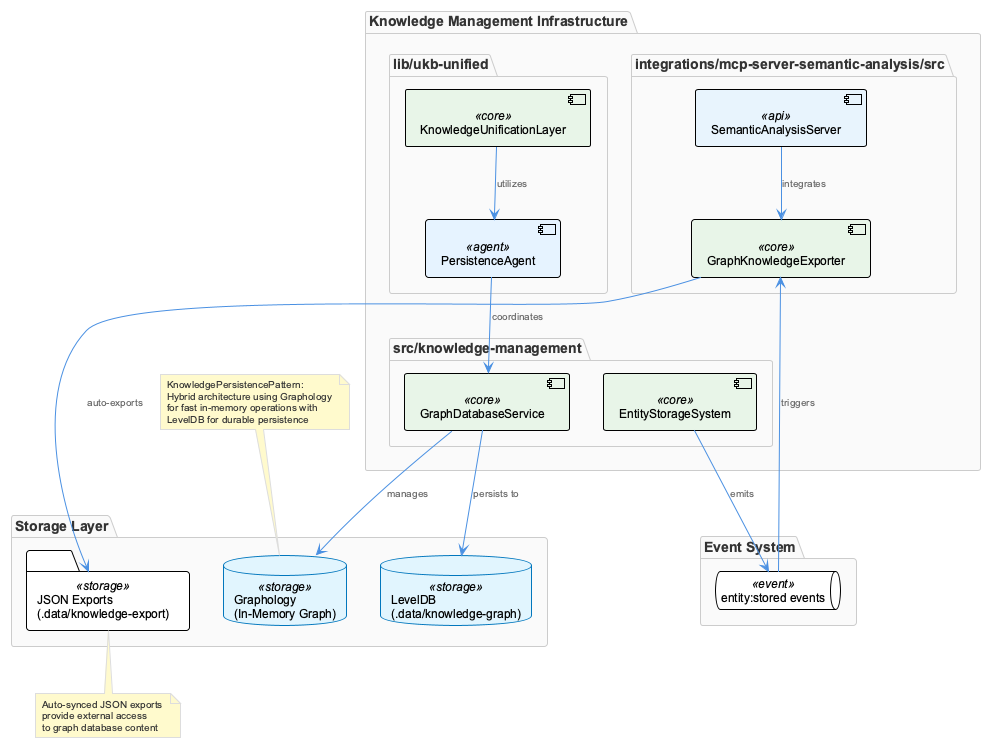
Before: knowledge-management/insights/images/knowledge-persistence-pattern-architecture.png, a diagram exported from PlantUML (fwornle/coding).
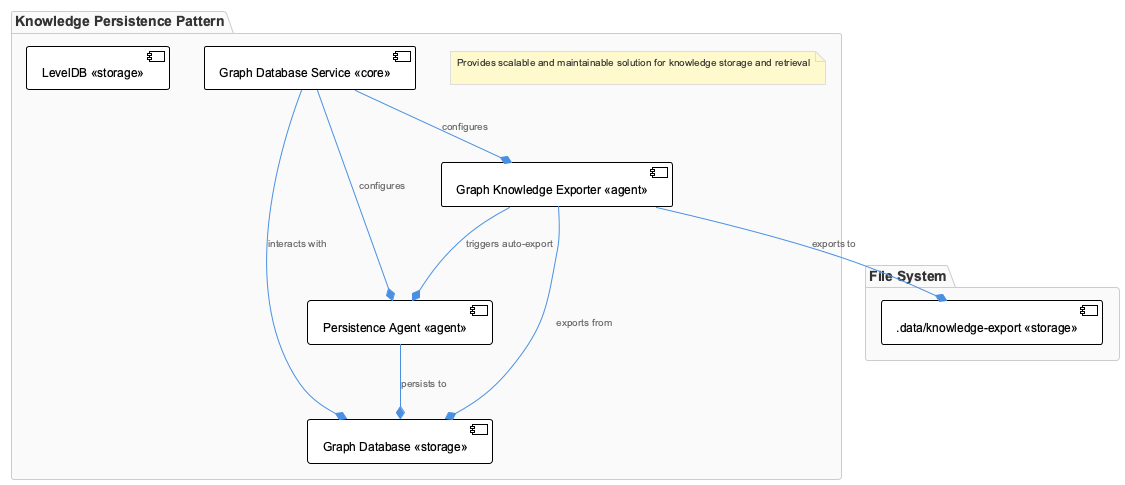
After the change.

What changed in the source:
```diff
@@ -1,53 +1,28 @@
 @startuml
 !include /Users/q284340/Agentic/coding/docs/puml/_standard-style.puml
 
-package "Knowledge Management Infrastructure" {
-    package "src/knowledge-management" {
-        component "GraphDatabaseService" <<core>> as GDS
-        component "EntityStorageSystem" <<core>> as ESS
-    }
+package "Knowledge Persistence Pattern" {
+  component GraphDatabase as "Graph Database <<storage>>"
+  component LevelDB as "LevelDB <<storage>>"
+  component GraphDatabaseService as "Graph Database Service <<core>>"
+  component GraphKnowledgeExporter as "Graph Knowledge Exporter <<agent>>"
+  component PersistenceAgent as "Persistence Agent <<agent>>"
 
-    package "lib/ukb-unified" {
-        component "PersistenceAgent" <<agent>> as PA
-        component "KnowledgeUnificationLayer" <<core>> as KUL
-    }
+  note as AutoNote1
+  Provides scalable and maintainable solution for knowledge storage and retrieval
 
-    package "integrations/mcp-server-semantic-analysis/src" {
-        component "GraphKnowledgeExporter" <<core>> as GKE
-        component "SemanticAnalysisServer" <<api>> as SAS
-    }
+  end note
+  GraphDatabaseService --* GraphDatabase : interacts with
+  GraphKnowledgeExporter --* GraphDatabase : exports from
+  PersistenceAgent --* GraphDatabase : persists to
+  GraphKnowledgeExporter --* PersistenceAgent : triggers auto-export
+  GraphDatabaseService --* GraphKnowledgeExporter : configures
+  GraphDatabaseService --* PersistenceAgent : configures
 }
 
-package "Storage Layer" {
-    database "Graphology\n(In-Memory Graph)" <<storage>> as GRAPH
-    database "LevelDB\n(.data/knowledge-graph)" <<storage>> as LEVELDB
-    folder "JSON Exports\n(.data/knowledge-export)" <<storage>> as JSON_EXPORT
+package "File System" {
+  component knowledge_export_directory as ".data/knowledge-export <<storage>>"
+  GraphKnowledgeExporter --* knowledge_export_directory : exports to
 }
 
-package "Event System" {
-    queue "entity:stored events" <<event>> as EVENTS
-}
-
-GDS --> GRAPH : manages
-GDS --> LEVELDB : persists to
-ESS --> EVENTS : emits
-EVENTS --> GKE : triggers
-GKE --> JSON_EXPORT : auto-exports
-PA --> GDS : coordinates
-KUL --> PA : utilizes
-SAS --> GKE : integrates
-
-note top of GRAPH
-KnowledgePersistencePattern:
-Hybrid architecture using Graphology
-for fast in-memory operations with
-LevelDB for durable persistence
-end note
-
-note bottom of JSON_EXPORT
-Auto-synced JSON exports
-provide external access
-to graph database content
-end note
-
 @enduml
```
